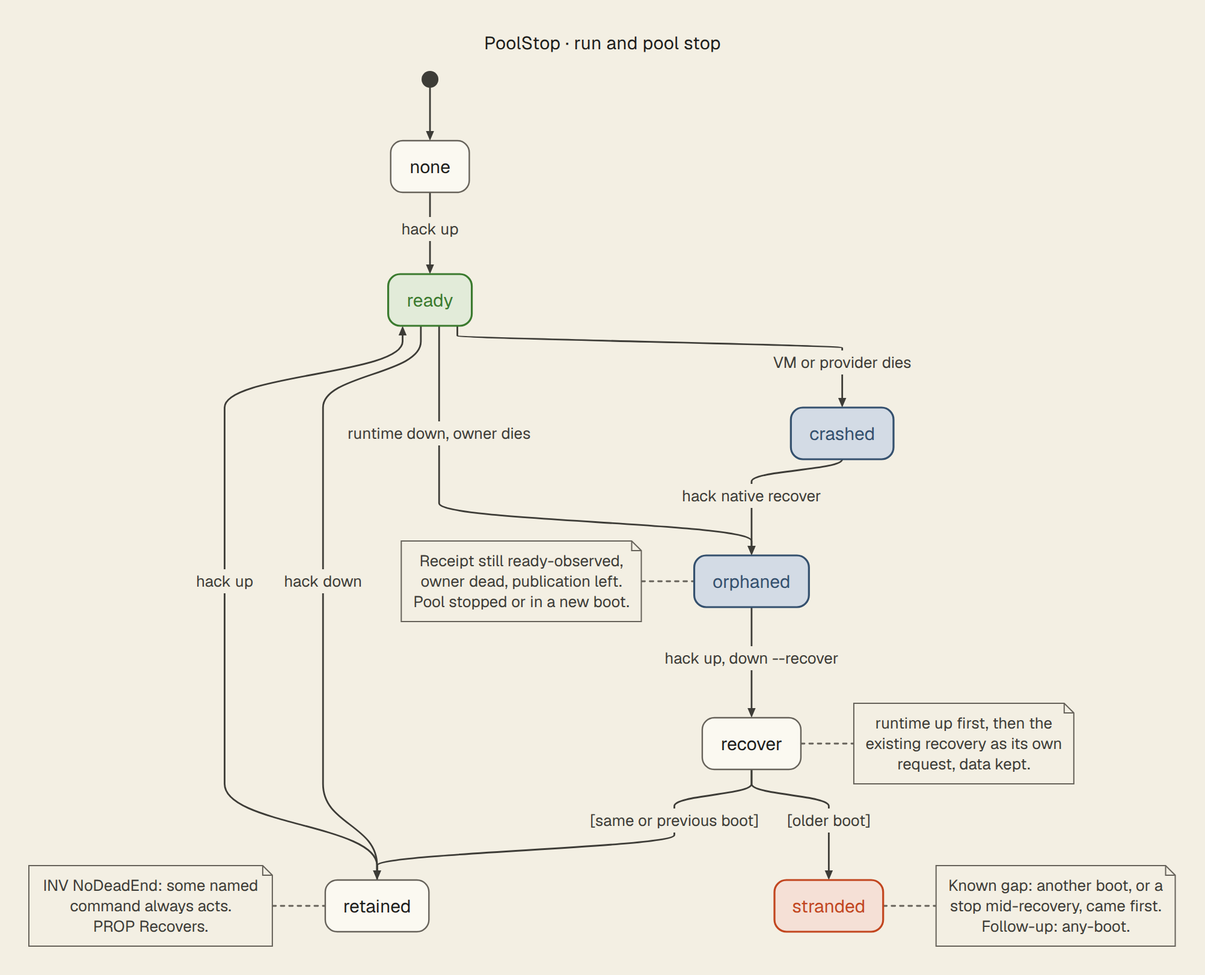
hack-dance/hack keeps this Mermaid diagram as docs/diagrams/native-pool-stop.png. Above is the earlier version. Its source is kept beside it as docs/diagrams/native-pool-stop.mmd. The source it was exported from:
```mermaid
---
title: PoolStop · run and pool stop
---
stateDiagram-v2
    direction TB
    classDef ok stroke-width:1.6px
    classDef wait stroke-width:1.6px
    classDef fail stroke-width:1.6px

    [*] --> none
    none --> ready : hack up
    retained --> ready : hack up
    ready --> retained : hack down
    ready --> orphaned : runtime down, owner dies
    ready --> crashed : VM or provider dies
    crashed --> orphaned : hack native recover
    orphaned --> recover : hack up, down --recover
    state recover <<choice>>
    recover --> retained : [same or previous boot]
    recover --> stranded : [older boot]

    note left of orphaned
        Receipt still ready-observed,
        owner dead, publication left.
        Pool stopped or in a new boot.
    end note
    note right of recover
        runtime up first, then the
        existing recovery as its own
        request, data kept.
    end note
    note right of stranded
        Known gap: another boot, or a
        stop mid-recovery, came first.
        Follow-up: any-boot.
    end note
    note left of retained
        INV NoDeadEnd: some named
        command always acts.
        PROP Recovers.
    end note

    class ready ok
    class orphaned wait
    class crashed wait
    class stranded fail
```
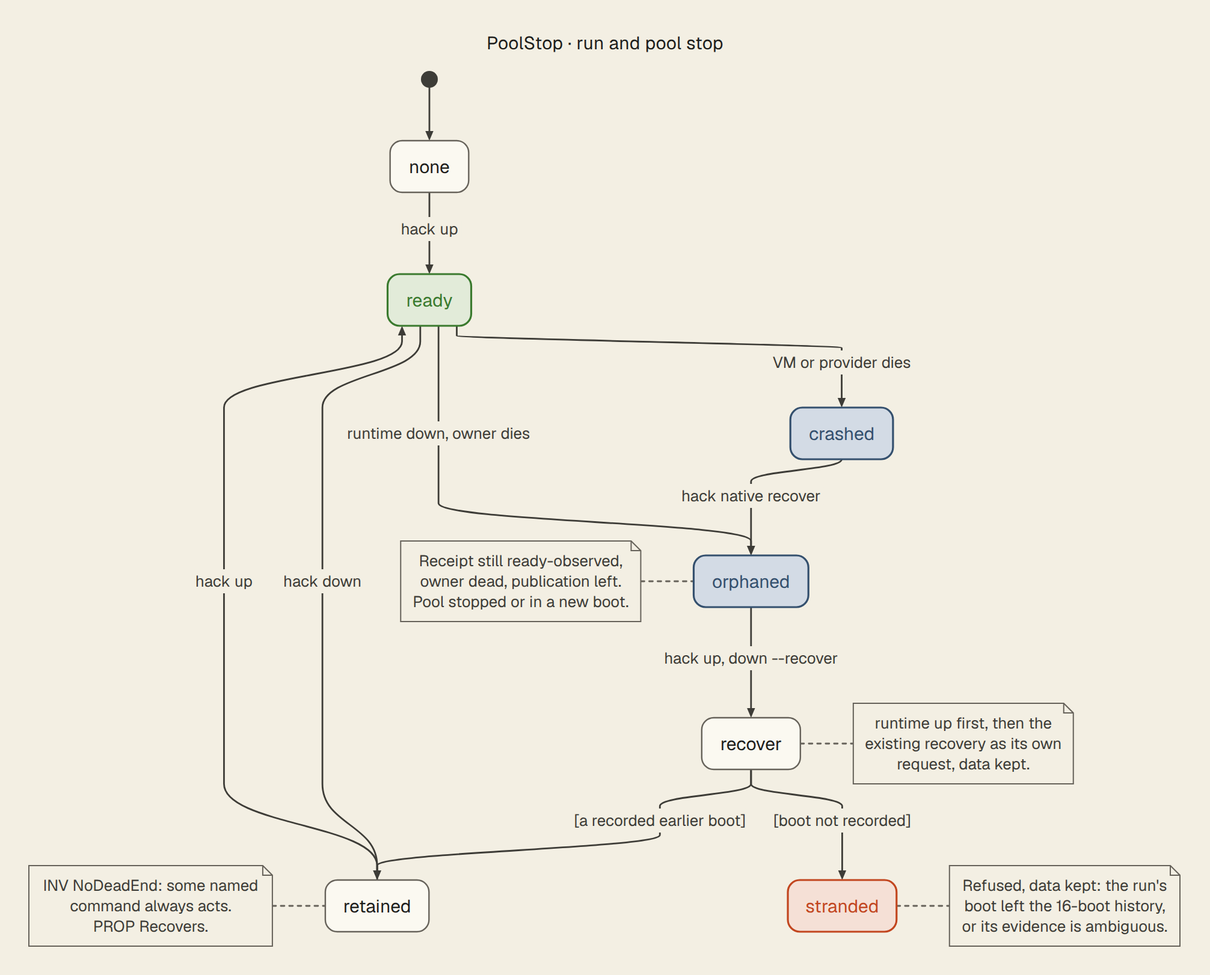
After the change.

Commit message:
docs(native): model and document recovery from any earlier boot

The edit, as a diff of the source:
```diff
@@ -16,8 +16,8 @@
     crashed --> orphaned : hack native recover
     orphaned --> recover : hack up, down --recover
     state recover <<choice>>
-    recover --> retained : [same or previous boot]
-    recover --> stranded : [older boot]
+    recover --> retained : [a recorded earlier boot]
+    recover --> stranded : [boot not recorded]
 
     note left of orphaned
         Receipt still ready-observed,
@@ -30,9 +30,9 @@
         request, data kept.
     end note
     note right of stranded
-        Known gap: another boot, or a
-        stop mid-recovery, came first.
-        Follow-up: any-boot.
+        Refused, data kept: the run's
+        boot left the 16-boot history,
+        or its evidence is ambiguous.
     end note
     note left of retained
         INV NoDeadEnd: some named
```
